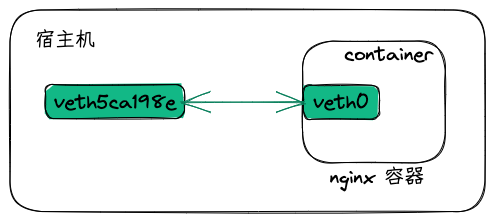
This is static/excalidraw/docker/linux_veth_pair_in_docker.excalidraw.png from iDukeLu/iDukeLu.github.io, a Excalidraw export, as it was before one commit. Source tidied: one line per element, renumbered; positions are measured from the earlier drawing's top-left corner, leaving out a move shared by most shapes.
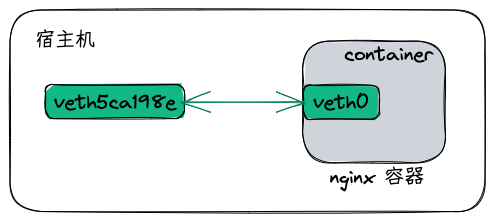
After the change.

Change to the diagram source:
```diff
@@ -1,7 +1,7 @@
 {"id": 0, "type": "rectangle", "strokeColor": "#000000", "strokeWidth": 1, "roughness": 1, "round": true, "x": 0, "y": 0, "width": 475, "height": 202}
 {"id": 1, "type": "rectangle", "strokeColor": "#000000", "backgroundColor": "#12b886", "fillStyle": "solid", "strokeWidth": 1, "roughness": 1, "round": true, "x": 36, "y": 75, "width": 139, "height": 34}
 {"id": 2, "type": "text", "text": "veth5ca198e", "strokeColor": "#000000", "strokeWidth": 1, "roughness": 1, "fontSize": 20, "fontFamily": 1, "textAlign": "center", "verticalAlign": "middle", "inside": 1, "x": 44, "y": 80, "width": 122, "height": 24}
-{"id": 3, "type": "rectangle", "strokeColor": "#000000", "strokeWidth": 1, "roughness": 1, "round": true, "x": 293, "y": 31, "width": 143, "height": 122}
+{"id": 3, "type": "rectangle", "strokeColor": "#000000", "backgroundColor": "#ced4da", "fillStyle": "solid", "strokeWidth": 1, "roughness": 1, "round": true, "x": 293, "y": 31, "width": 143, "height": 122}
 {"id": 4, "type": "rectangle", "strokeColor": "#000000", "backgroundColor": "#12b886", "fillStyle": "solid", "strokeWidth": 1, "roughness": 1, "round": true, "x": 293, "y": 75, "width": 76, "height": 34}
 {"id": 5, "type": "text", "text": "veth0", "strokeColor": "#000000", "strokeWidth": 1, "roughness": 1, "fontSize": 20, "fontFamily": 1, "textAlign": "center", "verticalAlign": "middle", "inside": 4, "x": 303, "y": 80, "width": 56, "height": 24}
 {"id": 6, "type": "text", "text": "container", "strokeColor": "#000000", "strokeWidth": 1, "roughness": 1, "fontSize": 20, "fontFamily": 1, "x": 334, "y": 32, "width": 88, "height": 24}
```
